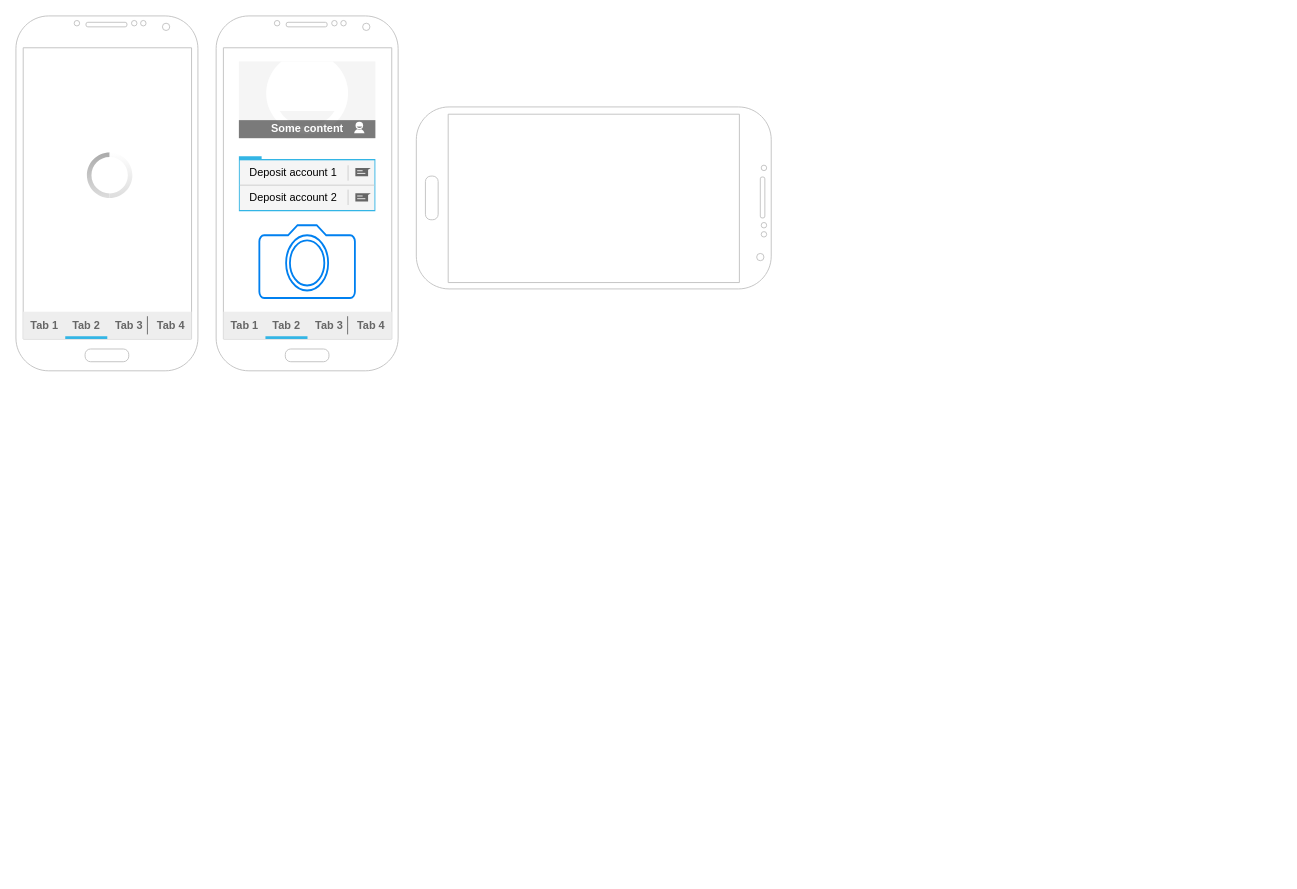
Above: MPM1.drawio in zakharov-dy/diagrams (draw.io), before the change. Source tidied: cells renumbered, new cells numbered last; positions are measured from the earlier drawing's top-left corner, leaving out a move shared by most shapes. Both pictures are drawn from the tidied source at 91%, with x=0, y=0 at pixel (15, 15). Pictures stored in the file or linked from it are replaced by grey dashed boxes.
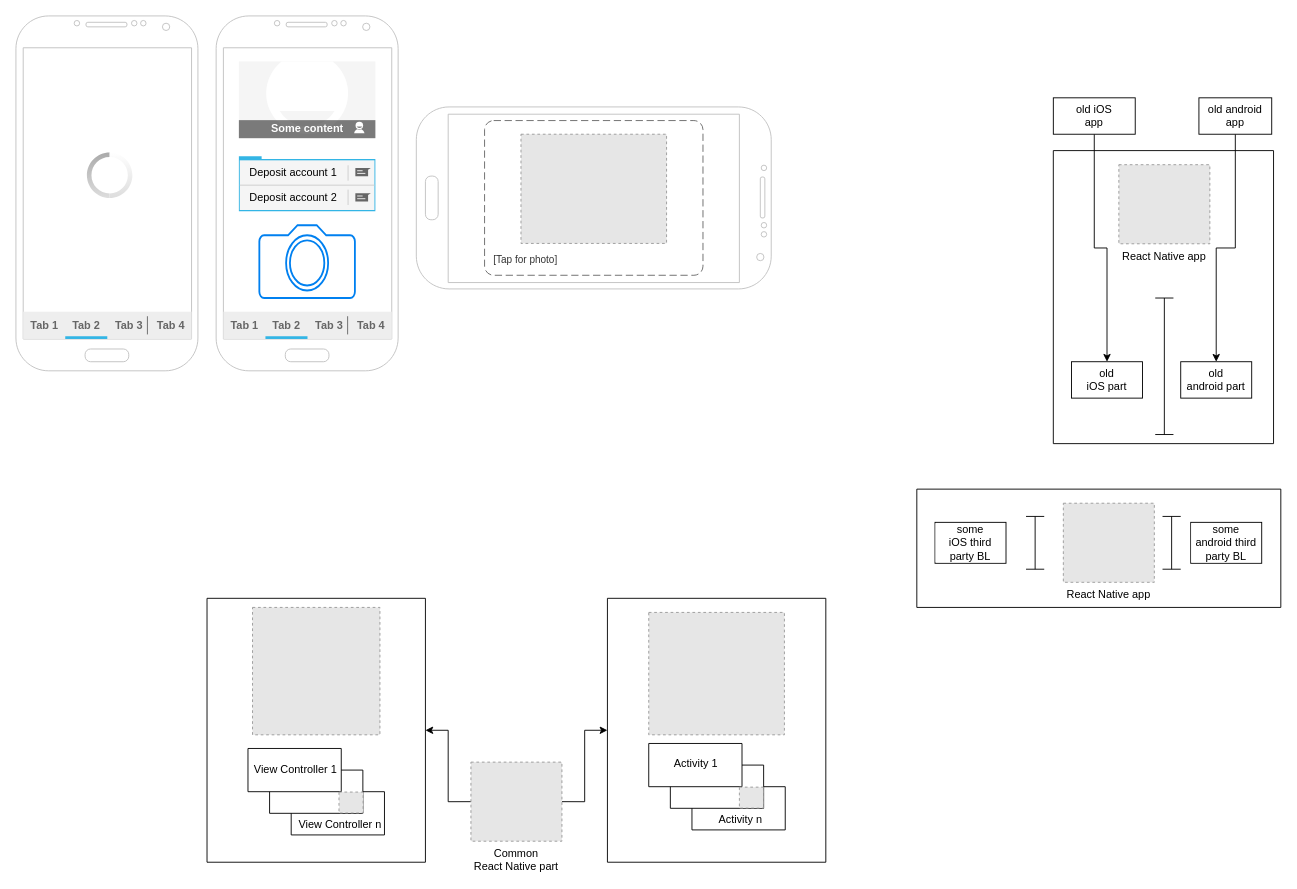
The same diagram, later.

Diff of the diagram source:
```diff
@@
+    <mxCell id="27" style="fillColor=#E6E6E6;strokeColor=#999999;dashed=1;verticalLabelPosition=bottom;labelBackgroundColor=default;verticalAlign=top;" parent="1" vertex="1">
+      <mxGeometry x="555" y="130" width="160" height="120" as="geometry" />
+    </mxCell>
+    <object id="28" label="&lt;font style=&quot;font-size: 16px&quot;&gt;&lt;b&gt;&lt;div style=&quot;text-align: left&quot;&gt;%c4Name%&lt;/div&gt;&lt;/b&gt;&lt;/font&gt;&lt;div style=&quot;text-align: left&quot;&gt;[%c4Application%]&lt;/div&gt;" c4Application="Tap for photo" c4Name="" placeholders="1">
+      <mxCell style="rounded=1;fontSize=11;whiteSpace=wrap;html=1;dashed=1;arcSize=20;fillColor=none;strokeColor=#666666;fontColor=#333333;labelBackgroundColor=none;align=left;verticalAlign=bottom;labelBorderColor=none;spacingTop=0;spacing=10;dashPattern=8 4;perimeter=rectanglePerimeter;noLabel=0;labelPadding=0;absoluteArcSize=1;fontFamily=Helvetica;" parent="1" vertex="1">
+        <mxGeometry x="515" y="115" width="240" height="170" as="geometry" />
+      </mxCell>
+    </object>
+    <mxCell id="29" style="swimlane;startSize=0;labelBackgroundColor=default;fontFamily=Helvetica;fontSize=12;fontColor=default;strokeColor=default;fillColor=default;" parent="1" vertex="1">
+      <mxGeometry x="210" y="640" width="240" height="290" as="geometry" />
+    </mxCell>
+    <mxCell id="30" style="fillColor=#E6E6E6;strokeColor=#999999;dashed=1;verticalLabelPosition=bottom;labelBackgroundColor=default;verticalAlign=top;" parent="29" vertex="1">
+      <mxGeometry x="50" y="10" width="140" height="140" as="geometry" />
+    </mxCell>
+    <mxCell id="31" style="group;" parent="29" vertex="1">
+      <mxGeometry x="45" y="165" width="154" height="106" as="geometry" />
+    </mxCell>
+    <mxCell id="32" style="verticalLabelPosition=bottom;verticalAlign=top;html=1;shape=mxgraph.basic.layered_rect;dx=47.5;labelBackgroundColor=default;fontFamily=Helvetica;fontSize=12;fontColor=default;strokeColor=default;fillColor=default;" parent="31" vertex="1">
+      <mxGeometry width="150" height="95" as="geometry" />
+    </mxCell>
+    <mxCell id="33" value="View Controller 1" style="text;html=1;strokeColor=none;fillColor=none;align=center;verticalAlign=middle;whiteSpace=wrap;rounded=0;labelBackgroundColor=default;fontFamily=Helvetica;fontSize=12;fontColor=default;" parent="31" vertex="1">
+      <mxGeometry width="105" height="45" as="geometry" />
+    </mxCell>
+    <mxCell id="34" value="View Controller n" style="text;html=1;strokeColor=none;fillColor=none;align=center;verticalAlign=middle;whiteSpace=wrap;rounded=0;labelBackgroundColor=default;fontFamily=Helvetica;fontSize=12;fontColor=default;" parent="31" vertex="1">
+      <mxGeometry x="49" y="61" width="105" height="45" as="geometry" />
+    </mxCell>
+    <mxCell id="35" style="fillColor=#E6E6E6;strokeColor=#999999;dashed=1;verticalLabelPosition=bottom;labelBackgroundColor=default;verticalAlign=top;" parent="31" vertex="1">
+      <mxGeometry x="100" y="47.9" width="26.5" height="23" as="geometry" />
+    </mxCell>
+    <mxCell id="36" style="swimlane;startSize=0;labelBackgroundColor=default;fontFamily=Helvetica;fontSize=12;fontColor=default;strokeColor=default;fillColor=default;" parent="1" vertex="1">
+      <mxGeometry x="650" y="640" width="240" height="290" as="geometry" />
+    </mxCell>
+    <mxCell id="37" style="fillColor=#E6E6E6;strokeColor=#999999;dashed=1;verticalLabelPosition=bottom;labelBackgroundColor=default;verticalAlign=top;" parent="36" vertex="1">
+      <mxGeometry x="45.4" y="15.5" width="149.1" height="134.5" as="geometry" />
+    </mxCell>
+    <mxCell id="38" style="group;" parent="36" vertex="1">
+      <mxGeometry x="45.4" y="159.5" width="154" height="106" as="geometry" />
+    </mxCell>
+    <mxCell id="39" style="verticalLabelPosition=bottom;verticalAlign=top;html=1;shape=mxgraph.basic.layered_rect;dx=47.5;labelBackgroundColor=default;fontFamily=Helvetica;fontSize=12;fontColor=default;strokeColor=default;fillColor=default;" parent="38" vertex="1">
+      <mxGeometry width="150" height="95" as="geometry" />
+    </mxCell>
+    <mxCell id="40" value="Activity 1" style="text;html=1;strokeColor=none;fillColor=none;align=center;verticalAlign=middle;whiteSpace=wrap;rounded=0;labelBackgroundColor=default;fontFamily=Helvetica;fontSize=12;fontColor=default;" parent="38" vertex="1">
+      <mxGeometry width="105" height="45" as="geometry" />
+    </mxCell>
+    <mxCell id="41" value="Activity n" style="text;html=1;strokeColor=none;fillColor=none;align=center;verticalAlign=middle;whiteSpace=wrap;rounded=0;labelBackgroundColor=default;fontFamily=Helvetica;fontSize=12;fontColor=default;" parent="38" vertex="1">
+      <mxGeometry x="49" y="61" width="105" height="45" as="geometry" />
+    </mxCell>
+    <mxCell id="42" style="fillColor=#E6E6E6;strokeColor=#999999;dashed=1;verticalLabelPosition=bottom;labelBackgroundColor=default;verticalAlign=top;" parent="38" vertex="1">
+      <mxGeometry x="99.6" y="48" width="26.5" height="23" as="geometry" />
+    </mxCell>
+    <mxCell id="43" style="edgeStyle=orthogonalEdgeStyle;rounded=0;jettySize=auto;html=1;exitX=0;exitY=0.5;exitDx=0;exitDy=0;entryX=1;entryY=0.5;entryDx=0;entryDy=0;fontFamily=Helvetica;fontSize=12;fontColor=default;" parent="1" edge="1" source="45" target="29">
+      <mxGeometry relative="1" as="geometry" />
+    </mxCell>
+    <mxCell id="44" style="edgeStyle=orthogonalEdgeStyle;rounded=0;jettySize=auto;html=1;exitX=1;exitY=0.5;exitDx=0;exitDy=0;entryX=0;entryY=0.5;entryDx=0;entryDy=0;fontFamily=Helvetica;fontSize=12;fontColor=default;" parent="1" edge="1" source="45" target="36">
+      <mxGeometry relative="1" as="geometry" />
+    </mxCell>
+    <mxCell id="45" value="Common&#10;React Native part" style="fillColor=#E6E6E6;strokeColor=#999999;dashed=1;verticalLabelPosition=bottom;labelBackgroundColor=default;verticalAlign=top;" parent="1" vertex="1">
+      <mxGeometry x="500" y="820" width="100" height="86.9" as="geometry" />
+    </mxCell>
+    <mxCell id="46" style="swimlane;startSize=0;labelBackgroundColor=default;fontFamily=Helvetica;fontSize=12;fontColor=default;strokeColor=default;fillColor=default;fontStyle=0;" parent="1" vertex="1">
+      <mxGeometry x="1140" y="148" width="242" height="322" as="geometry" />
+    </mxCell>
+    <mxCell id="47" value="React Native app" style="fillColor=#E6E6E6;strokeColor=#999999;dashed=1;verticalLabelPosition=bottom;labelBackgroundColor=default;verticalAlign=top;" parent="46" vertex="1">
+      <mxGeometry x="72" y="15.5" width="100" height="86.9" as="geometry" />
+    </mxCell>
+    <mxCell id="48" style="shape=crossbar;whiteSpace=wrap;html=1;rounded=1;direction=south;labelBackgroundColor=default;fontFamily=Helvetica;fontSize=12;fontColor=default;strokeColor=default;fillColor=default;" parent="46" vertex="1">
+      <mxGeometry x="112" y="162" width="20" height="150" as="geometry" />
+    </mxCell>
+    <mxCell id="49" value="old &lt;br&gt;iOS part" style="rounded=0;whiteSpace=wrap;html=1;labelBackgroundColor=default;fontFamily=Helvetica;fontSize=12;fontColor=default;strokeColor=default;fillColor=default;" parent="46" vertex="1">
+      <mxGeometry x="20" y="232" width="78" height="40" as="geometry" />
+    </mxCell>
+    <mxCell id="50" value="old &lt;br&gt;android part" style="rounded=0;whiteSpace=wrap;html=1;labelBackgroundColor=default;fontFamily=Helvetica;fontSize=12;fontColor=default;strokeColor=default;fillColor=default;" parent="46" vertex="1">
+      <mxGeometry x="140" y="232" width="78" height="40" as="geometry" />
+    </mxCell>
+    <mxCell id="51" style="edgeStyle=orthogonalEdgeStyle;rounded=0;jettySize=auto;html=1;exitX=0.5;exitY=1;exitDx=0;exitDy=0;fontFamily=Helvetica;fontSize=12;fontColor=default;" parent="1" edge="1" source="52" target="49">
+      <mxGeometry relative="1" as="geometry" />
+    </mxCell>
+    <mxCell id="52" value="old iOS&lt;br&gt;app" style="rounded=0;whiteSpace=wrap;html=1;labelBackgroundColor=default;fontFamily=Helvetica;fontSize=12;fontColor=default;strokeColor=default;fillColor=default;" parent="1" vertex="1">
+      <mxGeometry x="1140" y="90" width="90" height="40" as="geometry" />
+    </mxCell>
+    <mxCell id="53" style="edgeStyle=orthogonalEdgeStyle;rounded=0;jettySize=auto;html=1;exitX=0.5;exitY=1;exitDx=0;exitDy=0;entryX=0.5;entryY=0;entryDx=0;entryDy=0;fontFamily=Helvetica;fontSize=12;fontColor=default;" parent="1" edge="1" source="54" target="50">
+      <mxGeometry relative="1" as="geometry" />
+    </mxCell>
+    <mxCell id="54" value="old android&lt;br&gt;app" style="rounded=0;whiteSpace=wrap;html=1;labelBackgroundColor=default;fontFamily=Helvetica;fontSize=12;fontColor=default;strokeColor=default;fillColor=default;" parent="1" vertex="1">
+      <mxGeometry x="1300" y="90" width="80" height="40" as="geometry" />
+    </mxCell>
+    <mxCell id="55" style="swimlane;startSize=0;labelBackgroundColor=default;fontFamily=Helvetica;fontSize=12;fontColor=default;strokeColor=default;fillColor=default;fontStyle=0;" parent="1" vertex="1">
+      <mxGeometry x="990" y="520" width="400" height="130" as="geometry" />
+    </mxCell>
+    <mxCell id="56" value="React Native app" style="fillColor=#E6E6E6;strokeColor=#999999;dashed=1;verticalLabelPosition=bottom;labelBackgroundColor=default;verticalAlign=top;" parent="55" vertex="1">
+      <mxGeometry x="161" y="15.5" width="100" height="86.9" as="geometry" />
+    </mxCell>
+    <mxCell id="57" style="shape=crossbar;whiteSpace=wrap;html=1;rounded=1;direction=south;labelBackgroundColor=default;fontFamily=Helvetica;fontSize=12;fontColor=default;strokeColor=default;fillColor=default;" parent="55" vertex="1">
+      <mxGeometry x="120" y="30" width="20" height="58" as="geometry" />
+    </mxCell>
+    <mxCell id="58" value="some&lt;br&gt;iOS&amp;nbsp;third party BL" style="rounded=0;whiteSpace=wrap;html=1;labelBackgroundColor=default;fontFamily=Helvetica;fontSize=12;fontColor=default;strokeColor=default;fillColor=default;" parent="55" vertex="1">
+      <mxGeometry x="20" y="36.5" width="78" height="45" as="geometry" />
+    </mxCell>
+    <mxCell id="59" value="some&lt;br&gt;android third party BL" style="rounded=0;whiteSpace=wrap;html=1;labelBackgroundColor=default;fontFamily=Helvetica;fontSize=12;fontColor=default;strokeColor=default;fillColor=default;" parent="55" vertex="1">
+      <mxGeometry x="301" y="36.5" width="78" height="45" as="geometry" />
+    </mxCell>
+    <mxCell id="60" style="shape=crossbar;whiteSpace=wrap;html=1;rounded=1;direction=south;labelBackgroundColor=default;fontFamily=Helvetica;fontSize=12;fontColor=default;strokeColor=default;fillColor=default;" parent="55" vertex="1">
+      <mxGeometry x="270" y="30" width="20" height="58" as="geometry" />
+    </mxCell>
```
